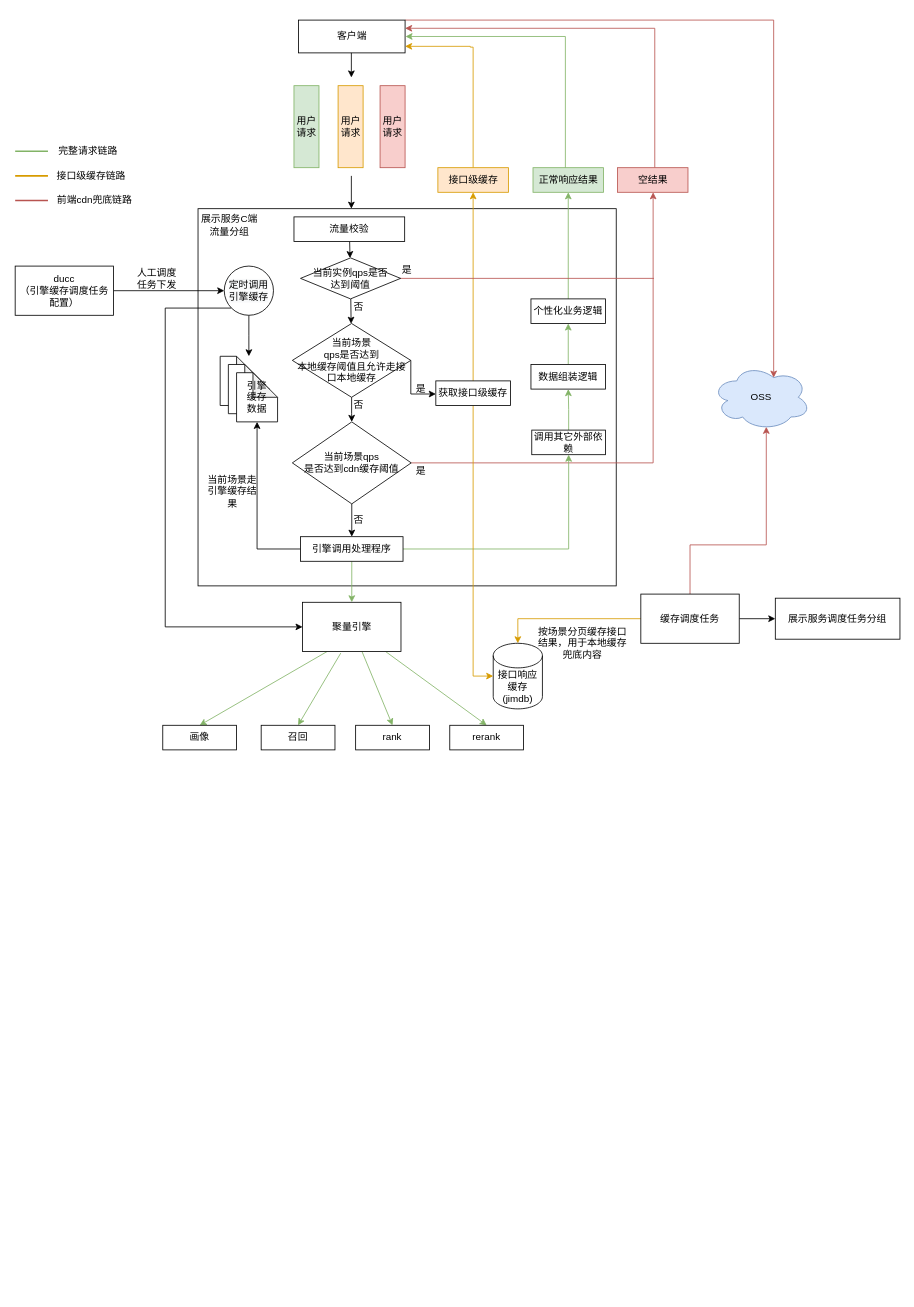
This is 流量防控2.0.drawio from BlankKelly/diagrams, a draw.io file, before an edit. Source tidied: cells renumbered, new cells numbered last; positions are measured from the earlier drawing's top-left corner, leaving out a move shared by most shapes. Both pictures are drawn from the tidied source at 82%, with x=0, y=0 at pixel (15, 20).
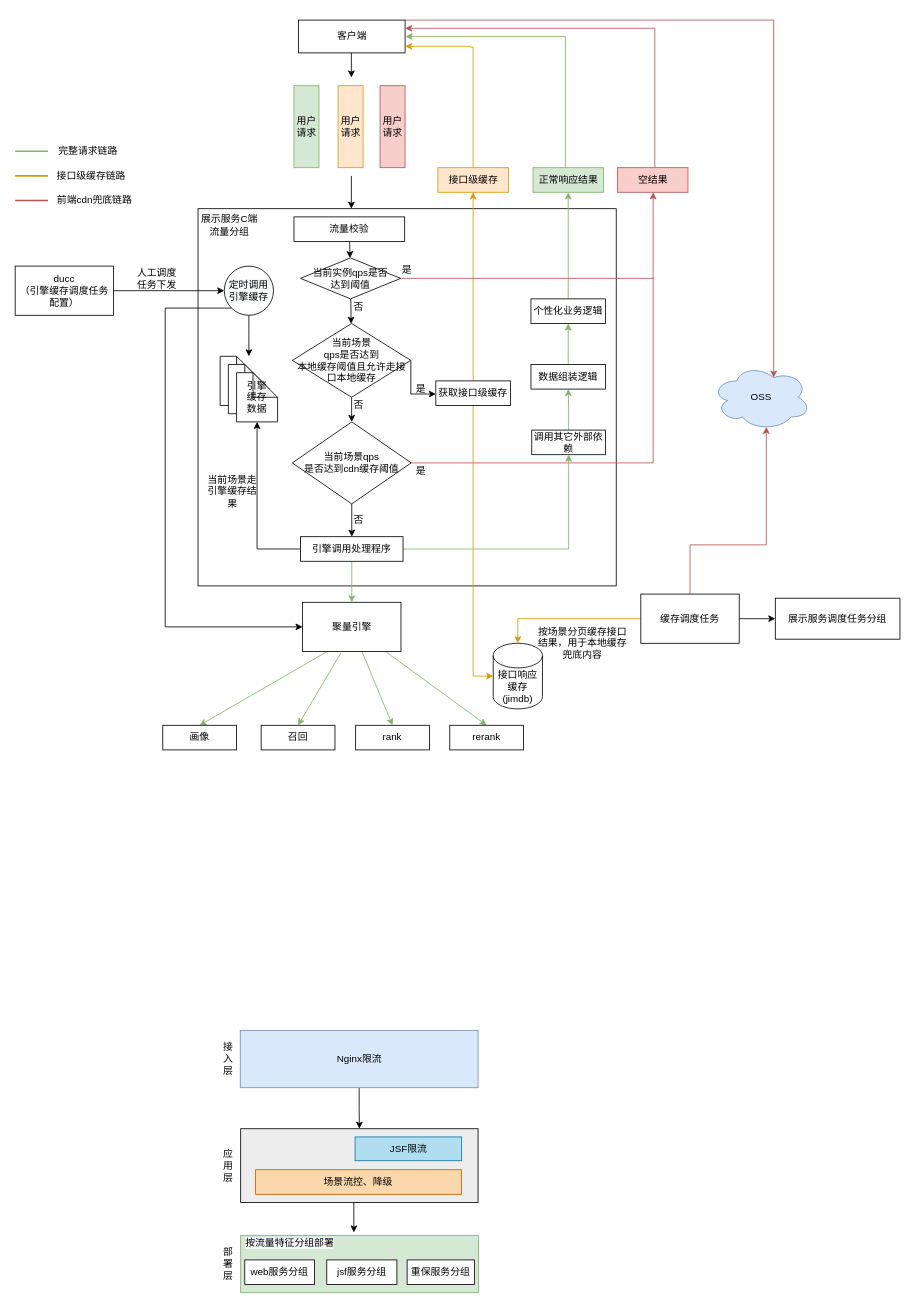
The same diagram, later.

Commit message:
更新流量防控2.0.drawio

Change to the diagram source:
```diff
@@
+    <mxCell id="82" style="edgeStyle=orthogonalEdgeStyle;rounded=0;jettySize=auto;html=1;" parent="1" edge="1" source="83" target="85">
+      <mxGeometry relative="1" as="geometry" />
+    </mxCell>
+    <mxCell id="83" value="Nginx限流" style="rounded=0;whiteSpace=wrap;html=1;fillColor=#dae8fc;strokeColor=#6c8ebf;" parent="1" vertex="1">
+      <mxGeometry x="274.5" y="1232" width="290" height="70" as="geometry" />
+    </mxCell>
+    <mxCell id="84" style="edgeStyle=orthogonalEdgeStyle;rounded=0;jettySize=auto;html=1;exitX=0.5;exitY=1;exitDx=0;exitDy=0;entryX=0.476;entryY=-0.05;entryDx=0;entryDy=0;entryPerimeter=0;" parent="1" edge="1" source="85" target="86">
+      <mxGeometry relative="1" as="geometry" />
+    </mxCell>
+    <mxCell id="85" style="rounded=0;whiteSpace=wrap;html=1;fillColor=#EDEDED;" parent="1" vertex="1">
+      <mxGeometry x="275" y="1352" width="289.5" height="90" as="geometry" />
+    </mxCell>
+    <mxCell id="86" style="rounded=0;whiteSpace=wrap;html=1;fillColor=#d5e8d4;strokeColor=#82b366;" parent="1" vertex="1">
+      <mxGeometry x="275" y="1482" width="290" height="70" as="geometry" />
+    </mxCell>
+    <mxCell id="87" value="JSF限流" style="rounded=0;whiteSpace=wrap;html=1;fillColor=#b1ddf0;strokeColor=#10739e;" parent="1" vertex="1">
+      <mxGeometry x="414.5" y="1362" width="130" height="29" as="geometry" />
+    </mxCell>
+    <mxCell id="88" value="场景流控、降级" style="rounded=0;whiteSpace=wrap;html=1;fillColor=#fad7ac;strokeColor=#b46504;" parent="1" vertex="1">
+      <mxGeometry x="293.2" y="1402" width="251.2" height="30" as="geometry" />
+    </mxCell>
+    <mxCell id="89" value="接入层" style="text;html=1;strokeColor=none;fillColor=none;align=center;verticalAlign=middle;whiteSpace=wrap;rounded=0;" parent="1" vertex="1">
+      <mxGeometry x="250" y="1232" width="20" height="70" as="geometry" />
+    </mxCell>
+    <mxCell id="90" value="应用层" style="text;html=1;strokeColor=none;fillColor=none;align=center;verticalAlign=middle;whiteSpace=wrap;rounded=0;" parent="1" vertex="1">
+      <mxGeometry x="250" y="1362" width="20" height="70" as="geometry" />
+    </mxCell>
+    <mxCell id="91" value="部署层" style="text;html=1;strokeColor=none;fillColor=none;align=center;verticalAlign=middle;whiteSpace=wrap;rounded=0;" parent="1" vertex="1">
+      <mxGeometry x="250" y="1482" width="20" height="70" as="geometry" />
+    </mxCell>
+    <mxCell id="92" value="&lt;span style=&quot;color: rgb(0, 0, 0); font-family: Helvetica; font-size: 12px; font-style: normal; font-variant-ligatures: normal; font-variant-caps: normal; font-weight: 400; letter-spacing: normal; orphans: 2; text-align: center; text-indent: 0px; text-transform: none; widows: 2; word-spacing: 0px; -webkit-text-stroke-width: 0px; background-color: rgb(248, 249, 250); text-decoration-thickness: initial; text-decoration-style: initial; text-decoration-color: initial; float: none; display: inline !important;&quot;&gt;按流量特征分组部署&lt;/span&gt;" style="text;html=1;strokeColor=none;fillColor=none;align=center;verticalAlign=middle;whiteSpace=wrap;rounded=0;" parent="1" vertex="1">
+      <mxGeometry x="280" y="1477" width="110" height="30" as="geometry" />
+    </mxCell>
+    <mxCell id="93" value="web服务分组" style="rounded=0;whiteSpace=wrap;html=1;fillColor=#FFFFFF;" parent="1" vertex="1">
+      <mxGeometry x="280" y="1512" width="85" height="30" as="geometry" />
+    </mxCell>
+    <mxCell id="94" value="jsf服务分组" style="rounded=0;whiteSpace=wrap;html=1;fillColor=#FFFFFF;" parent="1" vertex="1">
+      <mxGeometry x="380" y="1512" width="85.5" height="30" as="geometry" />
+    </mxCell>
+    <mxCell id="95" value="重保服务分组" style="rounded=0;whiteSpace=wrap;html=1;fillColor=#FFFFFF;" parent="1" vertex="1">
+      <mxGeometry x="478" y="1512" width="82" height="30" as="geometry" />
+    </mxCell>
```
